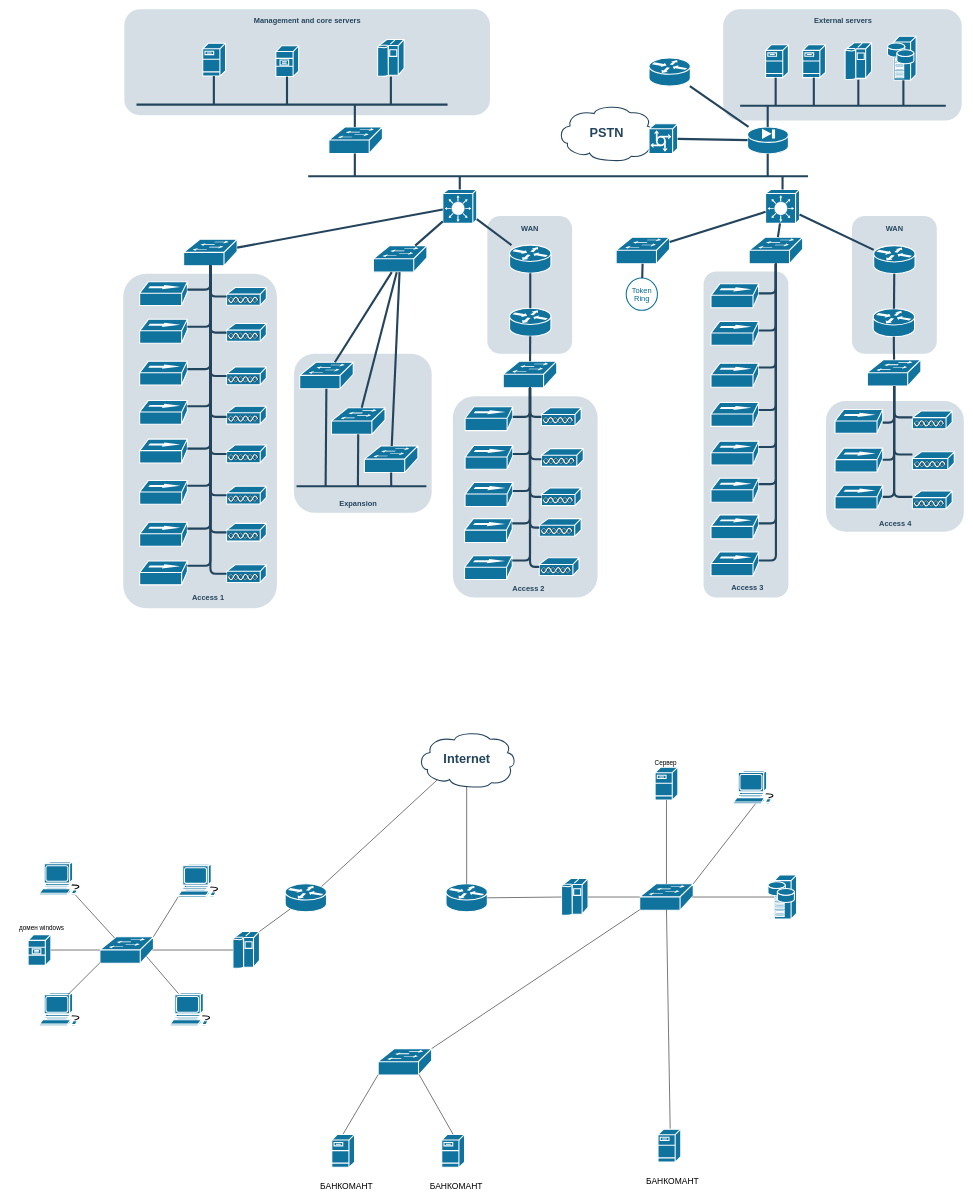
The draw.io diagram Untitled Diagram.drawio in TimofmeisteR/Timosha, before the edit. Source tidied: cells renumbered, new cells numbered last; positions are measured from the earlier drawing's top-left corner, leaving out a move shared by most shapes. Both pictures are drawn from the tidied source at 53%, with x=0, y=0 at pixel (18, 9).
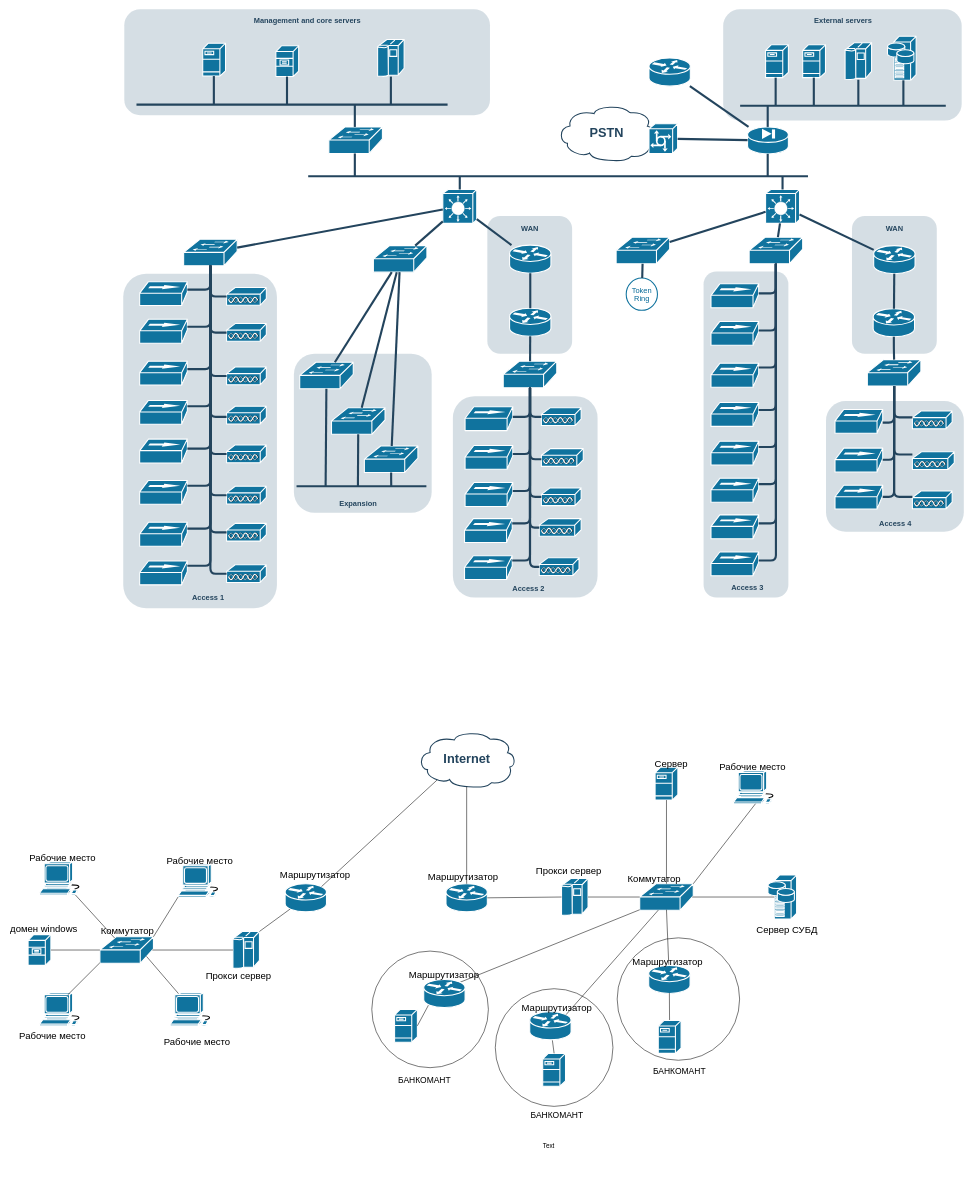
Above is the later version.

Unchanged cells that the change refers to:
```xml
<mxCell id="181" style="shape=mxgraph.cisco.switches.workgroup_switch;html=1;dashed=0;fillColor=#10739E;strokeColor=#ffffff;strokeWidth=2;verticalLabelPosition=bottom;verticalAlign=top;fontFamily=Helvetica;fontSize=36;fontColor=#FFB366;" parent="1" vertex="1">
  <mxGeometry x="1172.5" y="1650" width="101" height="50" as="geometry" />
</mxCell>
```

Diff of the diagram source:
```diff
@@
+    <mxCell id="207" style="ellipse;whiteSpace=wrap;html=1;" parent="1" vertex="1">
+      <mxGeometry x="1130" y="1752" width="231" height="231" as="geometry" />
+    </mxCell>
+    <mxCell id="208" style="ellipse;whiteSpace=wrap;html=1;" parent="1" vertex="1">
+      <mxGeometry x="900" y="1848" width="222" height="222" as="geometry" />
+    </mxCell>
+    <mxCell id="209" style="ellipse;whiteSpace=wrap;html=1;" parent="1" vertex="1">
+      <mxGeometry x="667" y="1777" width="220" height="220" as="geometry" />
+    </mxCell>
@@
     <mxCell id="14" style="shape=mxgraph.cisco.servers.fileserver;html=1;dashed=0;fillColor=#10739E;strokeColor=#ffffff;strokeWidth=2;verticalLabelPosition=bottom;verticalAlign=top;fontFamily=Helvetica;fontSize=36;fontColor=#FFB366;" parent="1" vertex="1">
-      <mxGeometry x="591.5" y="2123" width="43" height="62" as="geometry" />
+      <mxGeometry x="710" y="1887" width="43" height="62" as="geometry" />
     </mxCell>
@@
     <mxCell id="172" value="&lt;font size=&quot;3&quot;&gt;БАНКОМАНТ&lt;/font&gt;" style="text;html=1;align=left;verticalAlign=top;spacingTop=-4;" parent="1" vertex="1">
-      <mxGeometry x="567.5" y="2209" width="110" height="20" as="geometry" />
+      <mxGeometry x="715" y="2007.5" width="110" height="20" as="geometry" />
     </mxCell>
     <mxCell id="173" style="shape=mxgraph.cisco.servers.fileserver;html=1;dashed=0;fillColor=#10739E;strokeColor=#ffffff;strokeWidth=2;verticalLabelPosition=bottom;verticalAlign=top;fontFamily=Helvetica;fontSize=36;fontColor=#FFB366;" parent="1" vertex="1">
-      <mxGeometry x="799" y="2123" width="43" height="62" as="geometry" />
+      <mxGeometry x="989.5" y="1970" width="43" height="62" as="geometry" />
     </mxCell>
     <mxCell id="174" value="&lt;font size=&quot;3&quot;&gt;БАНКОМАНТ&lt;/font&gt;" style="text;html=1;align=left;verticalAlign=top;spacingTop=-4;" parent="1" vertex="1">
-      <mxGeometry x="775" y="2209" width="110" height="20" as="geometry" />
+      <mxGeometry x="965" y="2073.5" width="110" height="20" as="geometry" />
     </mxCell>
-    <mxCell id="175" style="shape=mxgraph.cisco.servers.fileserver;html=1;dashed=0;fillColor=#10739E;strokeColor=#ffffff;strokeWidth=2;verticalLabelPosition=bottom;verticalAlign=top;fontFamily=Helvetica;fontSize=36;fontColor=#FFB366;" parent="1" vertex="1">
-      <mxGeometry x="1207" y="2113" width="43" height="62" as="geometry" />
-    </mxCell>
     <mxCell id="176" value="&lt;font size=&quot;3&quot;&gt;БАНКОМАНТ&lt;/font&gt;" style="text;html=1;align=left;verticalAlign=top;spacingTop=-4;" parent="1" vertex="1">
-      <mxGeometry x="1183" y="2199" width="110" height="20" as="geometry" />
+      <mxGeometry x="1195.5" y="1991" width="110" height="20" as="geometry" />
     </mxCell>
@@
-    <mxCell id="186" style="shape=mxgraph.cisco.switches.workgroup_switch;html=1;dashed=0;fillColor=#10739E;strokeColor=#ffffff;strokeWidth=2;verticalLabelPosition=bottom;verticalAlign=top;fontFamily=Helvetica;fontSize=36;fontColor=#FFB366;" parent="1" vertex="1">
-      <mxGeometry x="679" y="1961" width="101" height="50" as="geometry" />
-    </mxCell>
-    <mxCell id="187" style="endArrow=none;html=1;entryX=0;entryY=0.98;entryDx=0;entryDy=0;entryPerimeter=0;" parent="1" edge="1" target="186">
-      <mxGeometry relative="1" as="geometry">
-        <mxPoint x="613" y="2122" as="sourcePoint" />
-      </mxGeometry>
+    <mxCell id="187" style="endArrow=none;html=1;entryX=0.12;entryY=0.9;entryDx=0;entryDy=0;entryPerimeter=0;exitX=1;exitY=0.5;exitDx=0;exitDy=0;exitPerimeter=0;" parent="1" edge="1" source="14" target="210">
+      <mxGeometry relative="1" as="geometry" />
     </mxCell>
-    <mxCell id="188" style="endArrow=none;html=1;entryX=0.762;entryY=0.971;entryDx=0;entryDy=0;entryPerimeter=0;exitX=0.5;exitY=0;exitDx=0;exitDy=0;exitPerimeter=0;" parent="1" edge="1" source="173" target="186">
+    <mxCell id="188" style="endArrow=none;html=1;exitX=0.5;exitY=0;exitDx=0;exitDy=0;exitPerimeter=0;" parent="1" edge="1" source="173" target="211">
       <mxGeometry relative="1" as="geometry" />
     </mxCell>
-    <mxCell id="189" style="endArrow=none;html=1;entryX=0;entryY=0.98;entryDx=0;entryDy=0;entryPerimeter=0;exitX=1;exitY=0;exitDx=0;exitDy=0;exitPerimeter=0;" parent="1" edge="1" source="186" target="181">
+    <mxCell id="189" style="endArrow=none;html=1;entryX=0;entryY=0.98;entryDx=0;entryDy=0;entryPerimeter=0;exitX=0.88;exitY=0.1;exitDx=0;exitDy=0;exitPerimeter=0;" parent="1" edge="1" source="210" target="181">
       <mxGeometry relative="1" as="geometry" />
     </mxCell>
-    <mxCell id="190" style="endArrow=none;html=1;entryX=0.5;entryY=0.98;entryDx=0;entryDy=0;entryPerimeter=0;" parent="1" edge="1" target="181">
-      <mxGeometry relative="1" as="geometry">
-        <mxPoint x="1230" y="2112" as="sourcePoint" />
-      </mxGeometry>
+    <mxCell id="190" style="endArrow=none;html=1;entryX=0.5;entryY=0.98;entryDx=0;entryDy=0;entryPerimeter=0;" parent="1" edge="1" source="212" target="181">
+      <mxGeometry relative="1" as="geometry" />
     </mxCell>
@@
-    <mxCell id="203" value="Сервер" style="text;html=1;align=left;verticalAlign=top;spacingTop=-4;" parent="1" vertex="1">
-      <mxGeometry x="1199" y="1412" width="60" height="20" as="geometry" />
+    <mxCell id="203" value="&lt;font style=&quot;font-size: 18px&quot;&gt;Сервер&lt;/font&gt;" style="text;html=1;align=left;verticalAlign=top;spacingTop=-4;" parent="1" vertex="1">
+      <mxGeometry x="1199" y="1412" width="80" height="20" as="geometry" />
     </mxCell>
@@
-    <mxCell id="206" value="домен windows" style="text;html=1;align=left;verticalAlign=top;spacingTop=-4;" parent="1" vertex="1">
-      <mxGeometry y="1723.5" width="100" height="20" as="geometry" />
+    <mxCell id="206" value="&lt;font style=&quot;font-size: 18px&quot;&gt;домен windows&lt;/font&gt;" style="text;html=1;align=left;verticalAlign=top;spacingTop=-4;" parent="1" vertex="1">
+      <mxGeometry x="-17" y="1723" width="140" height="20" as="geometry" />
     </mxCell>
+    <mxCell id="210" style="shape=mxgraph.cisco.routers.router;html=1;dashed=0;fillColor=#10739E;strokeColor=#ffffff;strokeWidth=2;verticalLabelPosition=bottom;verticalAlign=top;fontFamily=Helvetica;fontSize=36;fontColor=#FFB366;" parent="1" vertex="1">
+      <mxGeometry x="765" y="1830.5" width="78" height="53" as="geometry" />
+    </mxCell>
+    <mxCell id="211" style="shape=mxgraph.cisco.routers.router;html=1;dashed=0;fillColor=#10739E;strokeColor=#ffffff;strokeWidth=2;verticalLabelPosition=bottom;verticalAlign=top;fontFamily=Helvetica;fontSize=36;fontColor=#FFB366;" parent="1" vertex="1">
+      <mxGeometry x="965" y="1891.5" width="78" height="53" as="geometry" />
+    </mxCell>
+    <mxCell id="212" style="shape=mxgraph.cisco.routers.router;html=1;dashed=0;fillColor=#10739E;strokeColor=#ffffff;strokeWidth=2;verticalLabelPosition=bottom;verticalAlign=top;fontFamily=Helvetica;fontSize=36;fontColor=#FFB366;" parent="1" vertex="1">
+      <mxGeometry x="1189.5" y="1804" width="78" height="53" as="geometry" />
+    </mxCell>
+    <mxCell id="213" style="endArrow=none;html=1;entryX=0.5;entryY=0.98;entryDx=0;entryDy=0;entryPerimeter=0;" parent="1" edge="1" source="175" target="212">
+      <mxGeometry relative="1" as="geometry" />
+    </mxCell>
+    <mxCell id="175" style="shape=mxgraph.cisco.servers.fileserver;html=1;dashed=0;fillColor=#10739E;strokeColor=#ffffff;strokeWidth=2;verticalLabelPosition=bottom;verticalAlign=top;fontFamily=Helvetica;fontSize=36;fontColor=#FFB366;" parent="1" vertex="1">
+      <mxGeometry x="1207.5" y="1908" width="43" height="62" as="geometry" />
+    </mxCell>
+    <mxCell id="214" style="endArrow=none;html=1;entryX=0.348;entryY=0.993;entryDx=0;entryDy=0;entryPerimeter=0;exitX=0.88;exitY=0.1;exitDx=0;exitDy=0;exitPerimeter=0;" parent="1" edge="1" source="211" target="181">
+      <mxGeometry relative="1" as="geometry" />
+    </mxCell>
+    <mxCell id="215" value="&lt;font style=&quot;font-size: 18px&quot;&gt;Сервер СУБД&lt;/font&gt;" style="text;html=1;align=left;verticalAlign=top;spacingTop=-4;" parent="1" vertex="1">
+      <mxGeometry x="1391" y="1723.5" width="130" height="20" as="geometry" />
+    </mxCell>
+    <mxCell id="216" value="&lt;font style=&quot;font-size: 18px&quot;&gt;Маршрутизатор&lt;/font&gt;" style="text;html=1;align=left;verticalAlign=top;spacingTop=-4;" parent="1" vertex="1">
+      <mxGeometry x="1157" y="1784" width="150" height="20" as="geometry" />
+    </mxCell>
+    <mxCell id="217" value="&lt;font style=&quot;font-size: 18px&quot;&gt;Маршрутизатор&lt;/font&gt;" style="text;html=1;align=left;verticalAlign=top;spacingTop=-4;" parent="1" vertex="1">
+      <mxGeometry x="491.5" y="1620" width="150" height="20" as="geometry" />
+    </mxCell>
+    <mxCell id="218" value="&lt;font style=&quot;font-size: 18px&quot;&gt;Маршрутизатор&lt;/font&gt;" style="text;html=1;align=left;verticalAlign=top;spacingTop=-4;" parent="1" vertex="1">
+      <mxGeometry x="771" y="1623.5" width="150" height="20" as="geometry" />
+    </mxCell>
+    <mxCell id="219" value="&lt;font style=&quot;font-size: 18px&quot;&gt;Маршрутизатор&lt;/font&gt;" style="text;html=1;align=left;verticalAlign=top;spacingTop=-4;" parent="1" vertex="1">
+      <mxGeometry x="735" y="1810" width="150" height="20" as="geometry" />
+    </mxCell>
+    <mxCell id="220" value="&lt;font style=&quot;font-size: 18px&quot;&gt;Маршрутизатор&lt;/font&gt;" style="text;html=1;align=left;verticalAlign=top;spacingTop=-4;" parent="1" vertex="1">
+      <mxGeometry x="947.5" y="1871.5" width="150" height="20" as="geometry" />
+    </mxCell>
+    <mxCell id="221" value="&lt;font style=&quot;font-size: 18px&quot;&gt;Прокси сервер&lt;/font&gt;" style="text;html=1;align=left;verticalAlign=top;spacingTop=-4;" parent="1" vertex="1">
+      <mxGeometry x="351.5" y="1810.5" width="140" height="20" as="geometry" />
+    </mxCell>
+    <mxCell id="222" value="&lt;font style=&quot;font-size: 18px&quot;&gt;Прокси сервер&lt;/font&gt;" style="text;html=1;align=left;verticalAlign=top;spacingTop=-4;" parent="1" vertex="1">
+      <mxGeometry x="975" y="1613.5" width="140" height="20" as="geometry" />
+    </mxCell>
+    <mxCell id="223" value="&lt;font style=&quot;font-size: 18px&quot;&gt;Коммутатор&lt;/font&gt;" style="text;html=1;align=left;verticalAlign=top;spacingTop=-4;" parent="1" vertex="1">
+      <mxGeometry x="154" y="1726" width="120" height="20" as="geometry" />
+    </mxCell>
+    <mxCell id="224" value="&lt;font style=&quot;font-size: 18px&quot;&gt;Коммутатор&lt;/font&gt;" style="text;html=1;align=left;verticalAlign=top;spacingTop=-4;" parent="1" vertex="1">
+      <mxGeometry x="1148" y="1628" width="120" height="20" as="geometry" />
+    </mxCell>
+    <mxCell id="225" value="&lt;font style=&quot;font-size: 18px&quot;&gt;Рабочие место&lt;/font&gt;" style="text;html=1;align=left;verticalAlign=top;spacingTop=-4;" parent="1" vertex="1">
+      <mxGeometry x="273" y="1934.5" width="140" height="20" as="geometry" />
+    </mxCell>
+    <mxCell id="226" value="&lt;font style=&quot;font-size: 18px&quot;&gt;Рабочие место&lt;/font&gt;" style="text;html=1;align=left;verticalAlign=top;spacingTop=-4;" parent="1" vertex="1">
+      <mxGeometry x="278" y="1593.5" width="140" height="20" as="geometry" />
+    </mxCell>
+    <mxCell id="227" value="&lt;font style=&quot;font-size: 18px&quot;&gt;Рабочие место&lt;/font&gt;" style="text;html=1;align=left;verticalAlign=top;spacingTop=-4;" parent="1" vertex="1">
+      <mxGeometry x="1321" y="1417" width="140" height="20" as="geometry" />
+    </mxCell>
+    <mxCell id="228" value="&lt;font style=&quot;font-size: 18px&quot;&gt;Рабочие место&lt;/font&gt;" style="text;html=1;align=left;verticalAlign=top;spacingTop=-4;" parent="1" vertex="1">
+      <mxGeometry x="18.5" y="1589" width="140" height="20" as="geometry" />
+    </mxCell>
+    <mxCell id="229" value="&lt;font style=&quot;font-size: 18px&quot;&gt;Рабочие место&lt;/font&gt;" style="text;html=1;align=left;verticalAlign=top;spacingTop=-4;" parent="1" vertex="1">
+      <mxGeometry y="1924.5" width="140" height="20" as="geometry" />
+    </mxCell>
+    <mxCell id="230" value="Text" style="text;html=1;align=left;verticalAlign=top;spacingTop=-4;" parent="1" vertex="1">
+      <mxGeometry x="988" y="2135" width="40" height="20" as="geometry" />
+    </mxCell>
```
